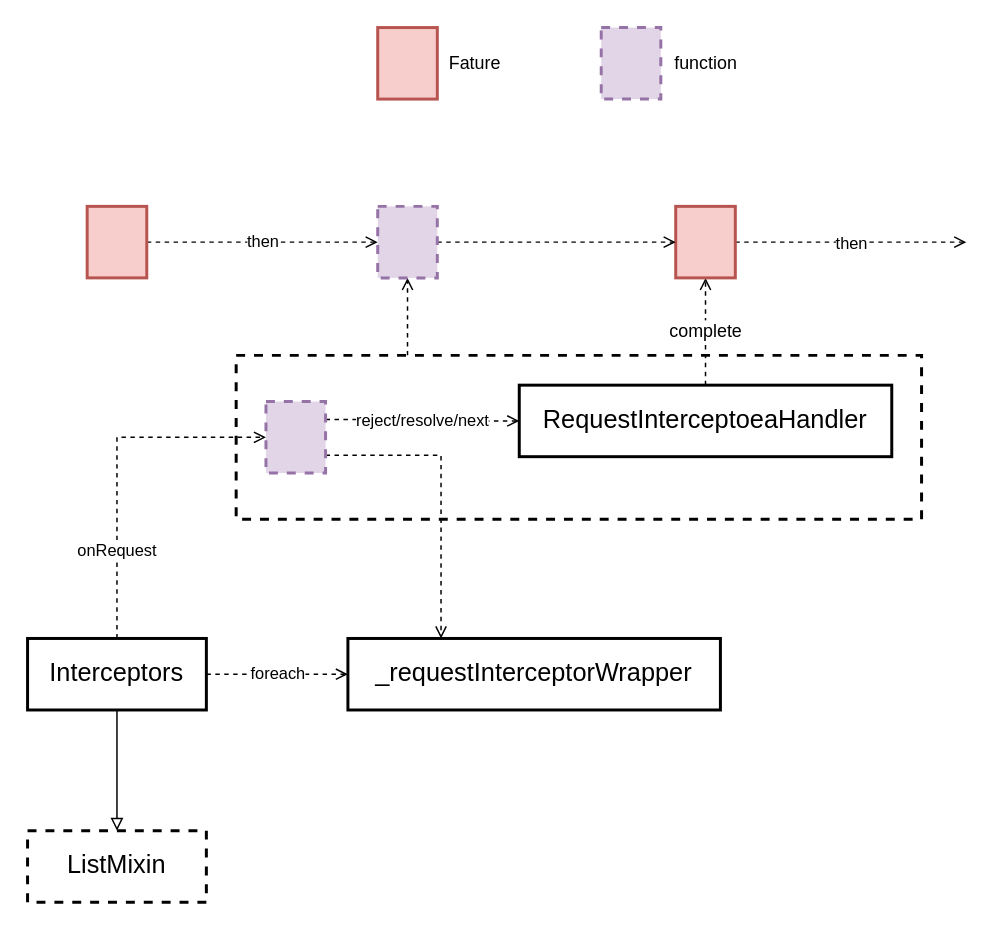
This is page "interceptor" (2 of 3) of flutter/dio.drawio from dovics/draw.io, a draw.io file, before an edit. Source tidied: cells renumbered, new cells numbered last; positions are measured from the earlier drawing's top-left corner, leaving out a move shared by most shapes. Both pictures are drawn from the tidied source at 149%, with x=0, y=0 at pixel (27, 27).
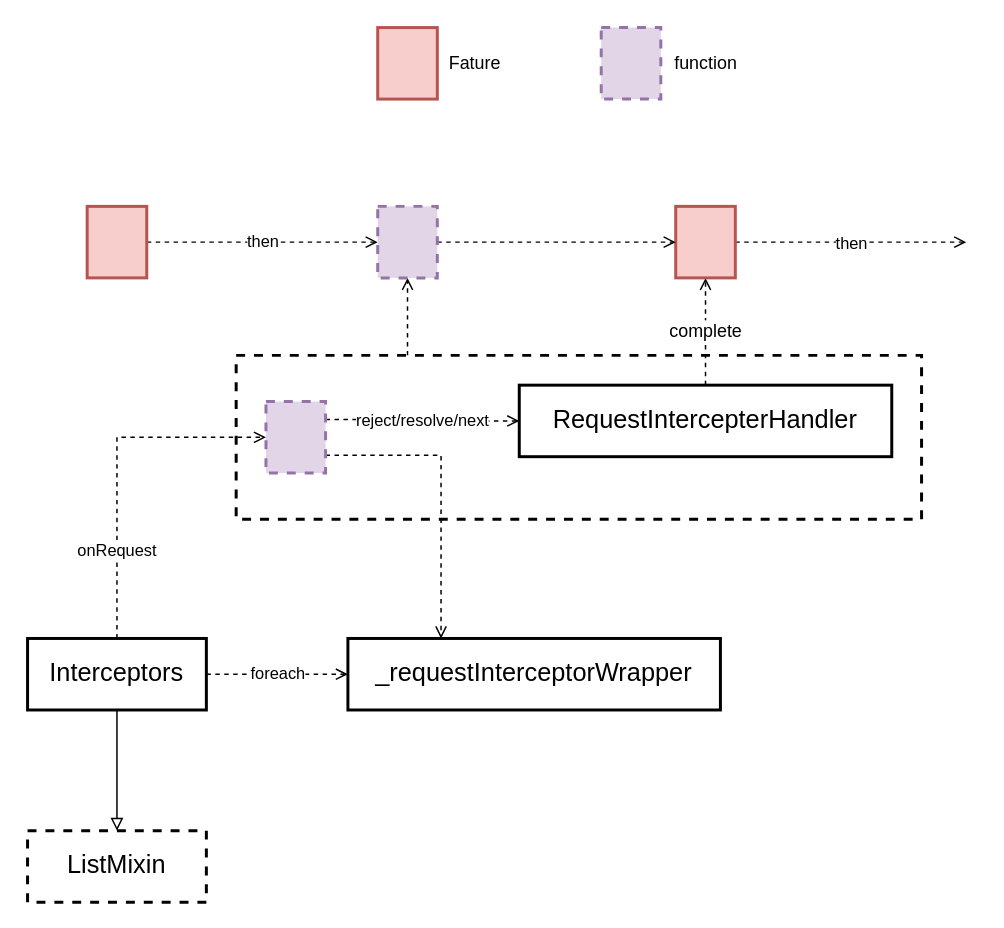
The same page after the edit.

What changed in the source:
```diff
@@
-    <mxCell id="4" value="RequestInterceptoeaHandler" style="rounded=0;whiteSpace=wrap;html=1;fontSize=17;strokeWidth=2;" parent="1" vertex="1">
+    <mxCell id="4" value="RequestIntercepterHandler" style="rounded=0;whiteSpace=wrap;html=1;fontSize=17;strokeWidth=2;" parent="1" vertex="1">
       <mxGeometry x="330" y="240" width="250" height="48" as="geometry" />
     </mxCell>
```
